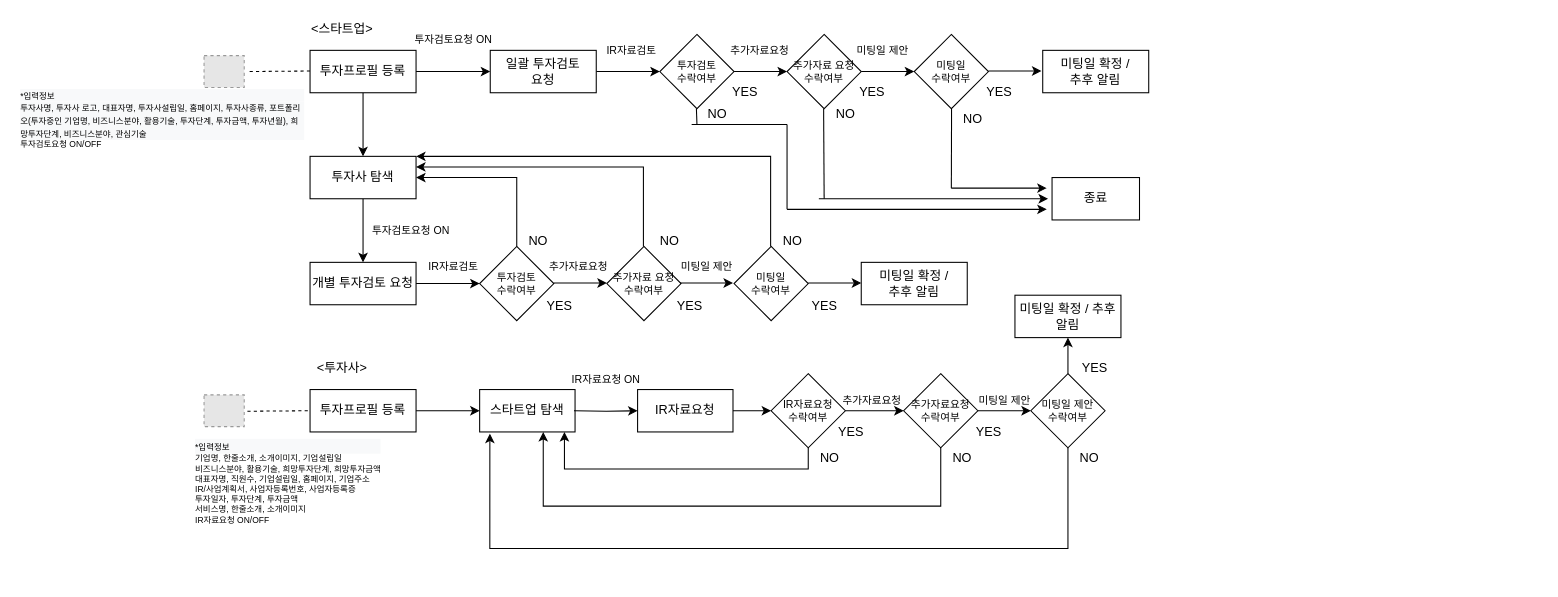
This is 비즈니스나우(투자)_RESET버젼.drawio from Lucidhomme/TIL, a draw.io file, before an edit. Source tidied: cells renumbered, new cells numbered last; positions are measured from the earlier drawing's top-left corner, leaving out a move shared by most shapes. Both pictures are drawn from the tidied source at 106%, with x=0, y=0 at pixel (18, 18). Pictures stored in the file or linked from it are replaced by grey dashed boxes.
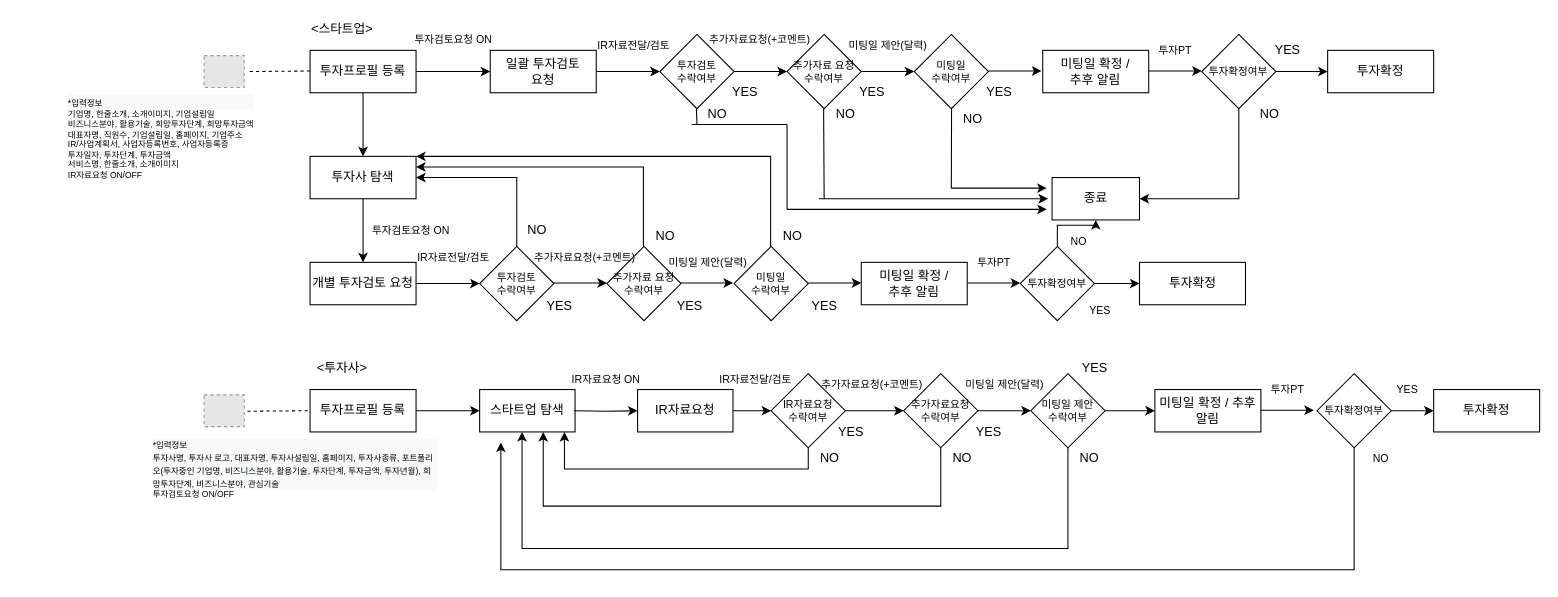
The same page after the edit.

Commit message:
Update 비즈니스나우(투자)_RESET버젼.drawio

Unchanged cells that the change refers to:
```xml
<mxCell id="10" value="종료" style="whiteSpace=wrap;html=1;rounded=0;" parent="1" vertex="1">
  <mxGeometry x="975" y="150" width="82.5" height="40" as="geometry" />
</mxCell>
<mxCell id="41" value="스타트업 탐색" style="whiteSpace=wrap;html=1;rounded=0;" parent="1" vertex="1">
  <mxGeometry x="435" y="350" width="90" height="40" as="geometry" />
</mxCell>
<mxCell id="75" value="미팅일 제안&lt;br&gt;수락여부" style="rhombus;whiteSpace=wrap;html=1;rounded=0;fontSize=10;" parent="1" vertex="1">
  <mxGeometry x="955" y="335" width="70" height="70" as="geometry" />
</mxCell>
```

Change to the diagram source:
```diff
@@
     <mxCell id="25" value="NO" style="text;html=1;align=center;verticalAlign=middle;fillColor=none;strokeColor=none;rounded=0;" parent="1" vertex="1">
-      <mxGeometry x="475" y="200" width="30" height="20" as="geometry" />
+      <mxGeometry x="473.8" y="190" width="30" height="20" as="geometry" />
     </mxCell>
@@
-    <mxCell id="27" value="IR자료검토" style="text;html=1;align=center;verticalAlign=middle;fillColor=none;strokeColor=none;rounded=0;fontSize=10;" parent="1" vertex="1">
-      <mxGeometry x="542.5" y="20" width="70" height="20" as="geometry" />
+    <mxCell id="27" value="IR자료전달/검토" style="text;html=1;align=center;verticalAlign=middle;fillColor=none;strokeColor=none;rounded=0;fontSize=10;" parent="1" vertex="1">
+      <mxGeometry x="535" y="15" width="90" height="20" as="geometry" />
     </mxCell>
-    <mxCell id="28" value="추가자료요청" style="text;html=1;align=center;verticalAlign=middle;fillColor=none;strokeColor=none;rounded=0;fontSize=10;" parent="1" vertex="1">
-      <mxGeometry x="659" y="20" width="80" height="20" as="geometry" />
+    <mxCell id="28" value="추가자료요청(+코멘트)" style="text;html=1;align=center;verticalAlign=middle;fillColor=none;strokeColor=none;rounded=0;fontSize=10;" parent="1" vertex="1">
+      <mxGeometry x="639" y="10" width="120" height="20" as="geometry" />
     </mxCell>
@@
-    <mxCell id="30" value="추가자료요청" style="text;html=1;align=center;verticalAlign=middle;fillColor=none;strokeColor=none;rounded=0;fontSize=10;" parent="1" vertex="1">
-      <mxGeometry x="488" y="224" width="80" height="20" as="geometry" />
-    </mxCell>
@@
     <mxCell id="32" value="NO" style="text;html=1;align=center;verticalAlign=middle;fillColor=none;strokeColor=none;rounded=0;" parent="1" vertex="1">
-      <mxGeometry x="598.8" y="200" width="30" height="20" as="geometry" />
+      <mxGeometry x="595" y="195" width="30" height="20" as="geometry" />
     </mxCell>
@@
     <mxCell id="36" value="미팅일 확정 / 추후 알림" style="rounded=0;whiteSpace=wrap;html=1;" parent="1" vertex="1">
-      <mxGeometry x="940" y="261" width="100" height="40" as="geometry" />
+      <mxGeometry x="1072" y="350" width="100" height="40" as="geometry" />
     </mxCell>
-    <mxCell id="37" value="IR자료검토" style="text;html=1;align=center;verticalAlign=middle;fillColor=none;strokeColor=none;rounded=0;fontSize=10;" parent="1" vertex="1">
-      <mxGeometry x="375" y="224" width="70" height="20" as="geometry" />
+    <mxCell id="37" value="IR자료전달/검토" style="text;html=1;align=center;verticalAlign=middle;fillColor=none;strokeColor=none;rounded=0;fontSize=10;" parent="1" vertex="1">
+      <mxGeometry x="365" y="215" width="90" height="20" as="geometry" />
     </mxCell>
@@
-    <mxCell id="47" value="미팅일 제안" style="text;html=1;align=center;verticalAlign=middle;fillColor=none;strokeColor=none;rounded=0;fontSize=10;" parent="1" vertex="1">
-      <mxGeometry x="780" y="20" width="70" height="20" as="geometry" />
+    <mxCell id="47" value="미팅일 제안(달력)" style="text;html=1;align=center;verticalAlign=middle;fillColor=none;strokeColor=none;rounded=0;fontSize=10;" parent="1" vertex="1">
+      <mxGeometry x="775" y="15" width="90" height="20" as="geometry" />
     </mxCell>
@@
-    <mxCell id="52" value="미팅일 제안" style="text;html=1;align=center;verticalAlign=middle;fillColor=none;strokeColor=none;rounded=0;fontSize=10;" parent="1" vertex="1">
-      <mxGeometry x="613.5" y="224" width="70" height="20" as="geometry" />
-    </mxCell>
@@
     <mxCell id="60" value="NO" style="text;html=1;align=center;verticalAlign=middle;fillColor=none;strokeColor=none;rounded=0;" parent="1" vertex="1">
-      <mxGeometry x="715" y="200" width="30" height="20" as="geometry" />
+      <mxGeometry x="715" y="195" width="30" height="20" as="geometry" />
     </mxCell>
@@
-    <mxCell id="73" style="edgeStyle=orthogonalEdgeStyle;rounded=0;jettySize=auto;html=1;entryX=0.107;entryY=1.04;entryDx=0;entryDy=0;entryPerimeter=0;fontSize=10;" parent="1" edge="1" source="75" target="41">
+    <mxCell id="73" style="edgeStyle=orthogonalEdgeStyle;rounded=0;jettySize=auto;html=1;fontSize=10;" parent="1" edge="1" source="75" target="41">
       <mxGeometry relative="1" as="geometry">
         <Array as="points">
           <mxPoint x="990" y="500" />
-          <mxPoint x="445" y="500" />
+          <mxPoint x="475" y="500" />
         </Array>
       </mxGeometry>
     </mxCell>
@@
-    <mxCell id="82" value="추가자료요청" style="text;html=1;align=center;verticalAlign=middle;fillColor=none;strokeColor=none;rounded=0;fontSize=10;" parent="1" vertex="1">
-      <mxGeometry x="765" y="350" width="80" height="20" as="geometry" />
-    </mxCell>
-    <mxCell id="83" value="미팅일 제안" style="text;html=1;align=center;verticalAlign=middle;fillColor=none;strokeColor=none;rounded=0;fontSize=10;" parent="1" vertex="1">
-      <mxGeometry x="895" y="350" width="70" height="20" as="geometry" />
-    </mxCell>
@@
     <mxCell id="88" value="&lt;div style=&quot;color: rgb(0 , 0 , 0) ; font-family: &amp;#34;helvetica&amp;#34; ; font-size: 12px ; font-style: normal ; font-weight: 400 ; letter-spacing: normal ; text-indent: 0px ; text-transform: none ; word-spacing: 0px ; background-color: rgb(248 , 249 , 250) ; text-align: left&quot;&gt;&lt;span style=&quot;font-size: 8px&quot;&gt;*입력정보&lt;/span&gt;&lt;/div&gt;&lt;font style=&quot;color: rgb(0 , 0 , 0) ; font-family: &amp;#34;helvetica&amp;#34; ; font-style: normal ; font-weight: 400 ; letter-spacing: normal ; text-align: center ; text-indent: 0px ; text-transform: none ; word-spacing: 0px ; background-color: rgb(248 , 249 , 250) ; font-size: 8px&quot;&gt;&lt;div style=&quot;text-align: left&quot;&gt;&lt;span&gt;기업명, 한줄소개, 소개이미지, 기업설립일&lt;/span&gt;&lt;/div&gt;&lt;div style=&quot;text-align: left&quot;&gt;&lt;span&gt;비즈니스분야, 활용기술, 희망투자단계, 희망투자금액&lt;/span&gt;&lt;/div&gt;&lt;div style=&quot;text-align: left&quot;&gt;&lt;span&gt;대표자명, 직원수, 기업설립일, 홈페이지, 기업주소&lt;/span&gt;&lt;/div&gt;&lt;div style=&quot;text-align: left&quot;&gt;&lt;span&gt;IR/사업계획서, 사업자등록번호, 사업자등록증&lt;/span&gt;&lt;/div&gt;&lt;div style=&quot;text-align: left&quot;&gt;투자일자, 투자단계, 투자금액&lt;/div&gt;&lt;div style=&quot;text-align: left&quot;&gt;&lt;span&gt;서비스명, 한줄소개, 소개이미지&amp;nbsp;&lt;/span&gt;&lt;/div&gt;&lt;div style=&quot;text-align: left&quot;&gt;IR자료요청 ON/OFF&lt;/div&gt;&lt;/font&gt;" style="text;whiteSpace=wrap;html=1;fontSize=10;" parent="1" vertex="1">
-      <mxGeometry x="165" y="390" width="270" height="100" as="geometry" />
+      <mxGeometry x="45" y="65" width="270" height="100" as="geometry" />
     </mxCell>
     <mxCell id="89" value="&lt;div style=&quot;color: rgb(0 , 0 , 0) ; font-family: &amp;#34;helvetica&amp;#34; ; font-style: normal ; font-weight: 400 ; letter-spacing: normal ; text-indent: 0px ; text-transform: none ; word-spacing: 0px ; background-color: rgb(248 , 249 , 250) ; text-align: left&quot;&gt;&lt;span style=&quot;font-size: 8px&quot;&gt;*입력정보&lt;/span&gt;&lt;/div&gt;&lt;div style=&quot;text-indent: 0px ; background-color: rgb(248 , 249 , 250) ; text-align: left&quot;&gt;&lt;font face=&quot;helvetica&quot;&gt;&lt;span style=&quot;font-size: 8px&quot;&gt;투자사명, 투자사 로고, 대표자명, 투자사설립일, 홈페이지, 투자사종류, 포트폴리오(투자중인 기업명, 비즈니스분야, 활용기술, 투자단계, 투자금액, 투자년월), 희망투자단계, 비즈니스분야, 관심기술&lt;/span&gt;&lt;/font&gt;&lt;br&gt;&lt;/div&gt;&lt;font style=&quot;color: rgb(0 , 0 , 0) ; font-family: &amp;#34;helvetica&amp;#34; ; font-style: normal ; font-weight: 400 ; letter-spacing: normal ; text-align: center ; text-indent: 0px ; text-transform: none ; word-spacing: 0px ; background-color: rgb(248 , 249 , 250) ; font-size: 8px&quot;&gt;&lt;div style=&quot;text-align: left&quot;&gt;투자검토요청 ON/OFF&lt;/div&gt;&lt;/font&gt;" style="text;whiteSpace=wrap;html=1;fontSize=10;" parent="1" vertex="1">
-      <mxGeometry y="60" width="270" height="100" as="geometry" />
+      <mxGeometry x="125" y="390" width="270" height="100" as="geometry" />
     </mxCell>
+    <mxCell id="90" value="미팅일 제안(달력)" style="text;html=1;align=center;verticalAlign=middle;fillColor=none;strokeColor=none;rounded=0;fontSize=10;" parent="1" vertex="1">
+      <mxGeometry x="605" y="220" width="90" height="20" as="geometry" />
+    </mxCell>
+    <mxCell id="91" value="추가자료요청(+코멘트)" style="text;html=1;align=center;verticalAlign=middle;fillColor=none;strokeColor=none;rounded=0;fontSize=10;" parent="1" vertex="1">
+      <mxGeometry x="473.8" y="215" width="120" height="20" as="geometry" />
+    </mxCell>
+    <mxCell id="92" value="미팅일 제안(달력)" style="text;html=1;align=center;verticalAlign=middle;fillColor=none;strokeColor=none;rounded=0;fontSize=10;" parent="1" vertex="1">
+      <mxGeometry x="885" y="335" width="90" height="20" as="geometry" />
+    </mxCell>
+    <mxCell id="93" value="추가자료요청(+코멘트)" style="text;html=1;align=center;verticalAlign=middle;fillColor=none;strokeColor=none;rounded=0;fontSize=10;" parent="1" vertex="1">
+      <mxGeometry x="745" y="335" width="120" height="20" as="geometry" />
+    </mxCell>
+    <mxCell id="94" value="IR자료전달/검토" style="text;html=1;align=center;verticalAlign=middle;fillColor=none;strokeColor=none;rounded=0;fontSize=10;" parent="1" vertex="1">
+      <mxGeometry x="650" y="330" width="90" height="20" as="geometry" />
+    </mxCell>
+    <mxCell id="95" style="edgeStyle=orthogonalEdgeStyle;rounded=0;orthogonalLoop=1;jettySize=auto;html=1;" parent="1" edge="1">
+      <mxGeometry relative="1" as="geometry">
+        <mxPoint x="1066.2" y="49.5" as="sourcePoint" />
+        <mxPoint x="1116.2" y="49.5" as="targetPoint" />
+      </mxGeometry>
+    </mxCell>
+    <mxCell id="96" value="투자확정" style="rounded=0;whiteSpace=wrap;html=1;" parent="1" vertex="1">
+      <mxGeometry x="1235" y="30" width="100" height="40" as="geometry" />
+    </mxCell>
+    <mxCell id="97" value="투자PT" style="text;html=1;align=center;verticalAlign=middle;fillColor=none;strokeColor=none;rounded=0;fontSize=10;" parent="1" vertex="1">
+      <mxGeometry x="1066.2" y="20" width="50" height="20" as="geometry" />
+    </mxCell>
+    <mxCell id="98" style="edgeStyle=orthogonalEdgeStyle;rounded=0;orthogonalLoop=1;jettySize=auto;html=1;" parent="1" edge="1">
+      <mxGeometry relative="1" as="geometry">
+        <mxPoint x="895" y="249.5" as="sourcePoint" />
+        <mxPoint x="945" y="249.5" as="targetPoint" />
+      </mxGeometry>
+    </mxCell>
+    <mxCell id="99" value="투자확정" style="rounded=0;whiteSpace=wrap;html=1;" parent="1" vertex="1">
+      <mxGeometry x="1057.5" y="230" width="100" height="40" as="geometry" />
+    </mxCell>
+    <mxCell id="100" value="투자PT" style="text;html=1;align=center;verticalAlign=middle;fillColor=none;strokeColor=none;rounded=0;fontSize=10;" parent="1" vertex="1">
+      <mxGeometry x="895" y="220" width="50" height="20" as="geometry" />
+    </mxCell>
+    <mxCell id="101" style="edgeStyle=orthogonalEdgeStyle;rounded=0;orthogonalLoop=1;jettySize=auto;html=1;" parent="1" edge="1">
+      <mxGeometry relative="1" as="geometry">
+        <mxPoint x="1172" y="369.5" as="sourcePoint" />
+        <mxPoint x="1222" y="369.5" as="targetPoint" />
+      </mxGeometry>
+    </mxCell>
+    <mxCell id="102" value="투자확정" style="rounded=0;whiteSpace=wrap;html=1;" parent="1" vertex="1">
+      <mxGeometry x="1335" y="350" width="100" height="40" as="geometry" />
+    </mxCell>
+    <mxCell id="103" value="투자PT" style="text;html=1;align=center;verticalAlign=middle;fillColor=none;strokeColor=none;rounded=0;fontSize=10;" parent="1" vertex="1">
+      <mxGeometry x="1172" y="340" width="50" height="20" as="geometry" />
+    </mxCell>
+    <mxCell id="104" style="edgeStyle=orthogonalEdgeStyle;rounded=0;jettySize=auto;html=1;" parent="1" edge="1" source="106" target="96">
+      <mxGeometry relative="1" as="geometry" />
+    </mxCell>
+    <mxCell id="105" style="edgeStyle=orthogonalEdgeStyle;rounded=0;jettySize=auto;html=1;entryX=1;entryY=0.5;entryDx=0;entryDy=0;" parent="1" edge="1" source="106" target="10">
+      <mxGeometry relative="1" as="geometry">
+        <Array as="points">
+          <mxPoint x="1151" y="170" />
+        </Array>
+      </mxGeometry>
+    </mxCell>
+    <mxCell id="106" value="투자확정여부" style="rhombus;whiteSpace=wrap;html=1;rounded=0;fontSize=10;" parent="1" vertex="1">
+      <mxGeometry x="1116.2" y="15" width="70" height="70" as="geometry" />
+    </mxCell>
+    <mxCell id="107" value="YES" style="text;html=1;align=center;verticalAlign=middle;fillColor=none;strokeColor=none;rounded=0;" parent="1" vertex="1">
+      <mxGeometry x="1177" y="20" width="40" height="20" as="geometry" />
+    </mxCell>
+    <mxCell id="108" value="NO" style="text;html=1;align=center;verticalAlign=middle;fillColor=none;strokeColor=none;rounded=0;" parent="1" vertex="1">
+      <mxGeometry x="1165" y="80" width="30" height="20" as="geometry" />
+    </mxCell>
+    <mxCell id="109" style="edgeStyle=orthogonalEdgeStyle;rounded=0;jettySize=auto;html=1;" parent="1" edge="1" source="111" target="99">
+      <mxGeometry relative="1" as="geometry" />
+    </mxCell>
+    <mxCell id="110" style="edgeStyle=orthogonalEdgeStyle;rounded=0;jettySize=auto;html=1;entryX=0.5;entryY=1;entryDx=0;entryDy=0;" parent="1" edge="1" source="111" target="10">
+      <mxGeometry relative="1" as="geometry" />
+    </mxCell>
+    <mxCell id="111" value="투자확정여부" style="rhombus;whiteSpace=wrap;html=1;rounded=0;fontSize=10;" parent="1" vertex="1">
+      <mxGeometry x="945" y="215" width="70" height="70" as="geometry" />
+    </mxCell>
+    <mxCell id="112" value="YES" style="text;html=1;align=center;verticalAlign=middle;fillColor=none;strokeColor=none;rounded=0;fontSize=10;" parent="1" vertex="1">
+      <mxGeometry x="1000" y="265" width="40" height="20" as="geometry" />
+    </mxCell>
+    <mxCell id="113" value="NO" style="text;html=1;align=center;verticalAlign=middle;fillColor=none;strokeColor=none;rounded=0;fontSize=10;" parent="1" vertex="1">
+      <mxGeometry x="985" y="200" width="30" height="20" as="geometry" />
+    </mxCell>
+    <mxCell id="114" style="edgeStyle=orthogonalEdgeStyle;rounded=0;jettySize=auto;html=1;" parent="1" edge="1" source="116" target="102">
+      <mxGeometry relative="1" as="geometry" />
+    </mxCell>
+    <mxCell id="115" style="edgeStyle=orthogonalEdgeStyle;rounded=0;jettySize=auto;html=1;" parent="1" edge="1" source="116">
+      <mxGeometry relative="1" as="geometry">
+        <mxPoint x="455" y="400" as="targetPoint" />
+        <Array as="points">
+          <mxPoint x="1260" y="520" />
+          <mxPoint x="455" y="520" />
+        </Array>
+      </mxGeometry>
+    </mxCell>
+    <mxCell id="116" value="투자확정여부" style="rhombus;whiteSpace=wrap;html=1;rounded=0;fontSize=10;" parent="1" vertex="1">
+      <mxGeometry x="1225" y="335" width="70" height="70" as="geometry" />
+    </mxCell>
+    <mxCell id="117" value="YES" style="text;html=1;align=center;verticalAlign=middle;fillColor=none;strokeColor=none;rounded=0;fontSize=10;" parent="1" vertex="1">
+      <mxGeometry x="1290" y="340" width="40" height="20" as="geometry" />
+    </mxCell>
+    <mxCell id="118" value="NO" style="text;html=1;align=center;verticalAlign=middle;fillColor=none;strokeColor=none;rounded=0;fontSize=10;" parent="1" vertex="1">
+      <mxGeometry x="1270" y="405" width="30" height="20" as="geometry" />
+    </mxCell>
```
